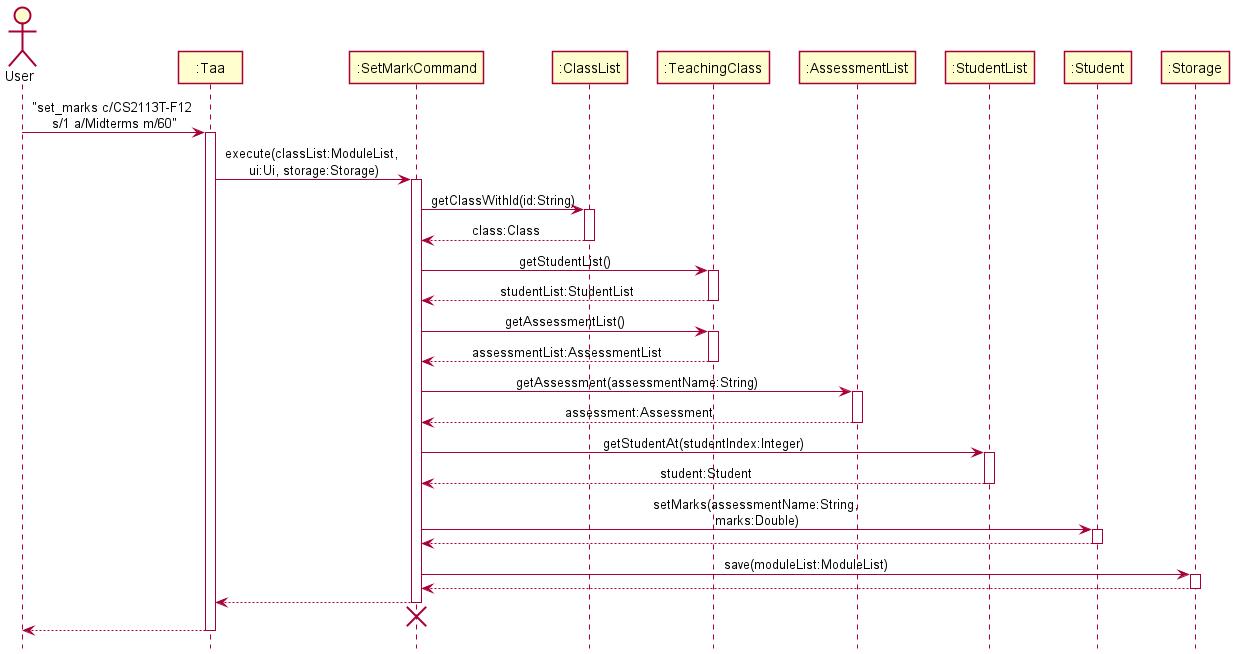
nus-cs2113-AY2122S1/tp keeps this PlantUML diagram as docs/diagrams/sequence/SetMarkSequenceDiagram.png. Above is the earlier version.
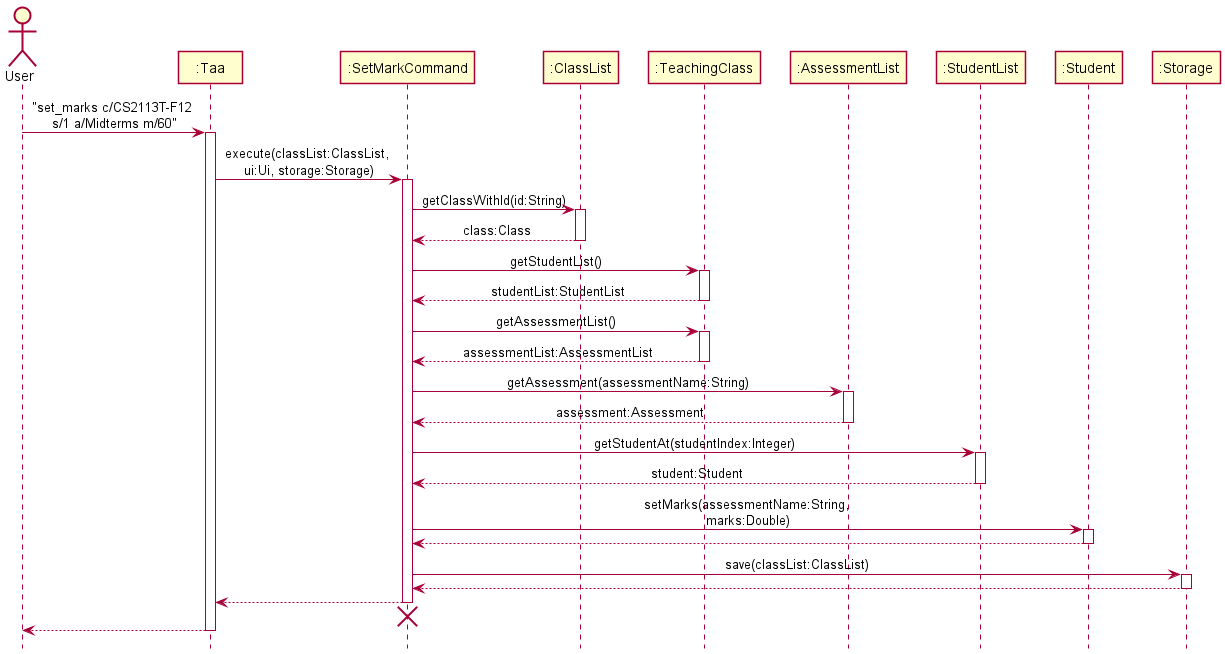
The same diagram one commit later.

Change to the diagram source:
```diff
@@ -1,5 +1,5 @@
 @startuml
-!include style.puml
+!include SequenceStyle.puml
 
 Actor User as user
 Participant ":Taa" as taa
@@ -14,7 +14,7 @@
 user -> taa : "set_marks c/CS2113T-F12 \ns/1 a/Midterms m/60"
 activate taa
 
-taa -> setMarkCommand : execute(classList:ModuleList, \nui:Ui, storage:Storage)
+taa -> setMarkCommand : execute(classList:ClassList, \nui:Ui, storage:Storage)
 activate setMarkCommand
 
 setMarkCommand -> classList : getClassWithId(id:String)
@@ -47,7 +47,7 @@
 student --> setMarkCommand
 deactivate student
 
-setMarkCommand -> storage : save(moduleList:ModuleList)
+setMarkCommand -> storage : save(classList:ClassList)
 activate storage
 storage --> setMarkCommand
 deactivate storage
```
